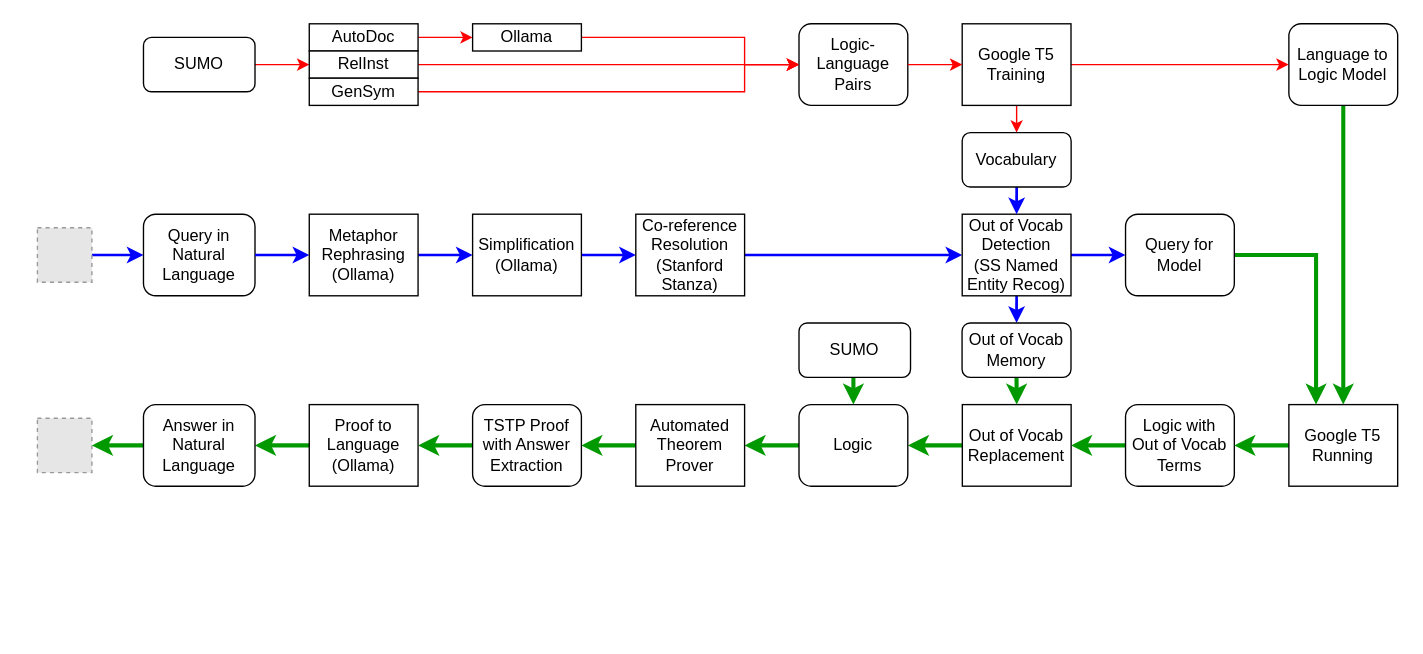
This is Architecture.drawio from GeoffsPapers/SUMO-NLP-LLM, a draw.io file, before an edit. Source tidied: cells renumbered, new cells numbered last; positions are measured from the earlier drawing's top-left corner, leaving out a move shared by most shapes. Both pictures are drawn from the tidied source at 136%, with x=0, y=0 at pixel (37, 23). Pictures stored in the file or linked from it are replaced by grey dashed boxes.
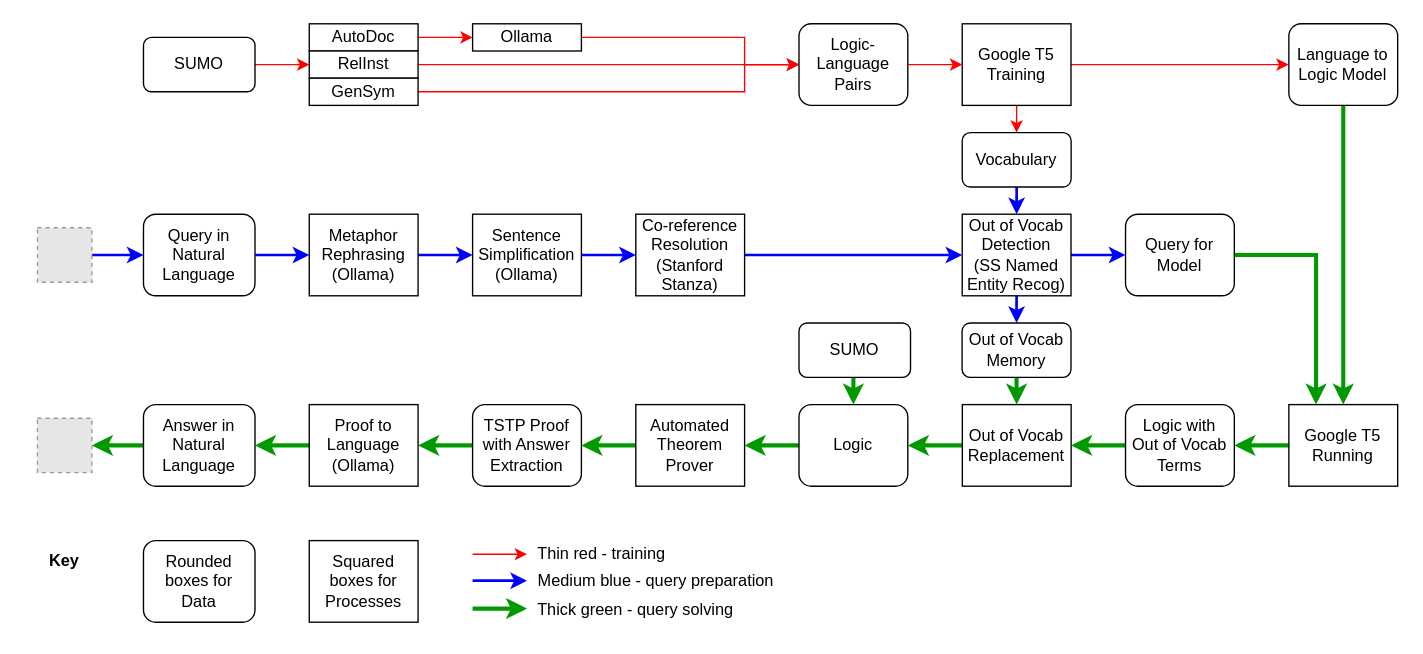
Above is the later version.

Diff of the diagram source:
```diff
@@
-    <mxCell id="5" value="Simplification&lt;div&gt;(Ollama)&lt;/div&gt;" style="rounded=0;whiteSpace=wrap;html=1;fontSize=12;glass=0;strokeWidth=1;shadow=0;" parent="1" vertex="1">
+    <mxCell id="5" value="Sentence&lt;div&gt;Simplification&lt;div&gt;(Ollama)&lt;/div&gt;&lt;/div&gt;" style="rounded=0;whiteSpace=wrap;html=1;fontSize=12;glass=0;strokeWidth=1;shadow=0;" parent="1" vertex="1">
       <mxGeometry x="320" y="140" width="80" height="60" as="geometry" />
     </mxCell>
@@
+    <mxCell id="57" value="&lt;div&gt;Rounded&lt;/div&gt;&lt;div&gt;boxes&amp;nbsp;&lt;span style=&quot;background-color: transparent; color: light-dark(rgb(0, 0, 0), rgb(255, 255, 255));&quot;&gt;for&lt;/span&gt;&lt;/div&gt;&lt;div&gt;Data&lt;/div&gt;" style="rounded=1;whiteSpace=wrap;html=1;fontSize=12;glass=0;strokeWidth=1;shadow=0;align=center;" parent="1" vertex="1">
+      <mxGeometry x="78" y="380" width="82" height="60" as="geometry" />
+    </mxCell>
+    <mxCell id="58" value="Squared&lt;div&gt;boxes&amp;nbsp;&lt;span style=&quot;background-color: transparent; color: light-dark(rgb(0, 0, 0), rgb(255, 255, 255));&quot;&gt;for&lt;/span&gt;&lt;div&gt;Processes&lt;/div&gt;&lt;/div&gt;" style="rounded=0;whiteSpace=wrap;html=1;fontSize=12;glass=0;strokeWidth=1;shadow=0;" parent="1" vertex="1">
+      <mxGeometry x="199.9" y="380" width="80" height="60" as="geometry" />
+    </mxCell>
+    <mxCell id="59" style="endArrow=classic;html=1;rounded=0;strokeColor=#FF0000;" parent="1" edge="1">
+      <mxGeometry relative="1" as="geometry">
+        <mxPoint x="320" y="390" as="sourcePoint" />
+        <mxPoint x="360" y="390" as="targetPoint" />
+      </mxGeometry>
+    </mxCell>
+    <mxCell id="60" value="&lt;b&gt;Key&lt;/b&gt;" style="text;strokeColor=none;align=center;fillColor=none;html=1;verticalAlign=middle;whiteSpace=wrap;rounded=0;" parent="1" vertex="1">
+      <mxGeometry x="-10" y="380" width="60" height="30" as="geometry" />
+    </mxCell>
+    <mxCell id="61" style="endArrow=classic;html=1;rounded=0;strokeColor=#0000FF;strokeWidth=2;" parent="1" edge="1">
+      <mxGeometry relative="1" as="geometry">
+        <mxPoint x="320" y="409.5" as="sourcePoint" />
+        <mxPoint x="360" y="409.5" as="targetPoint" />
+      </mxGeometry>
+    </mxCell>
+    <mxCell id="62" style="endArrow=classic;html=1;rounded=0;strokeColor=#009900;strokeWidth=3;" parent="1" edge="1">
+      <mxGeometry relative="1" as="geometry">
+        <mxPoint x="320" y="430" as="sourcePoint" />
+        <mxPoint x="360" y="430" as="targetPoint" />
+      </mxGeometry>
+    </mxCell>
+    <mxCell id="63" value="Thick green - query solving" style="text;strokeColor=none;align=center;fillColor=none;html=1;verticalAlign=middle;whiteSpace=wrap;rounded=0;" parent="1" vertex="1">
+      <mxGeometry x="350" y="416" width="180" height="30" as="geometry" />
+    </mxCell>
+    <mxCell id="64" value="Medium blue - query preparation" style="text;strokeColor=none;align=center;fillColor=none;html=1;verticalAlign=middle;whiteSpace=wrap;rounded=0;" parent="1" vertex="1">
+      <mxGeometry x="350" y="395" width="210" height="30" as="geometry" />
+    </mxCell>
+    <mxCell id="65" value="Thin red - training" style="text;strokeColor=none;align=center;fillColor=none;html=1;verticalAlign=middle;whiteSpace=wrap;rounded=0;" parent="1" vertex="1">
+      <mxGeometry x="350" y="375" width="130" height="30" as="geometry" />
+    </mxCell>
```
